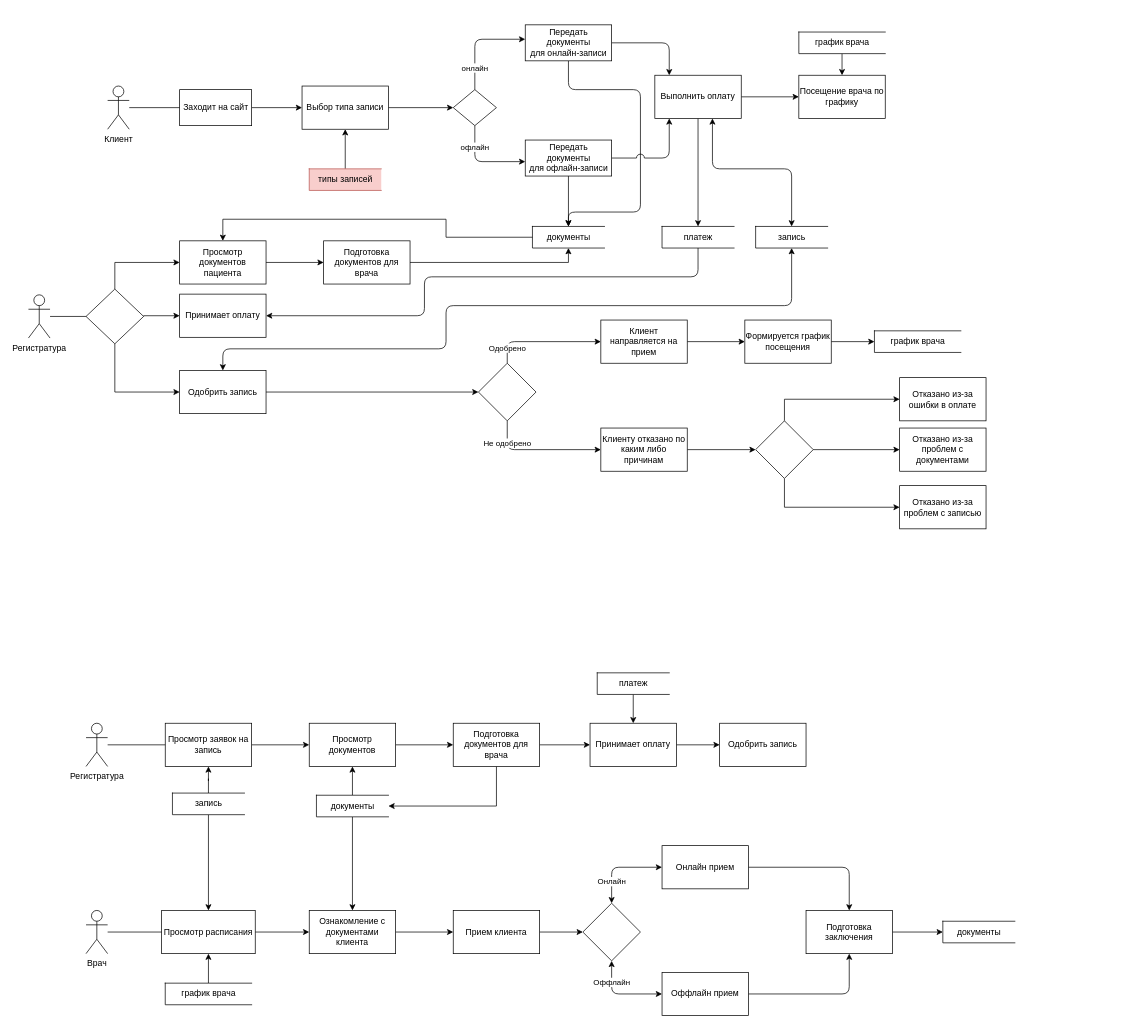
This is page "Page-2" (2 of 3) of diagram.drawio from vlvsk/TechnologiiProg, a draw.io file, before an edit. Source tidied: cells renumbered, new cells numbered last; positions are measured from the earlier drawing's top-left corner, leaving out a move shared by most shapes. Both pictures are drawn from the tidied source at 72%, with x=0, y=0 at pixel (28, 24).
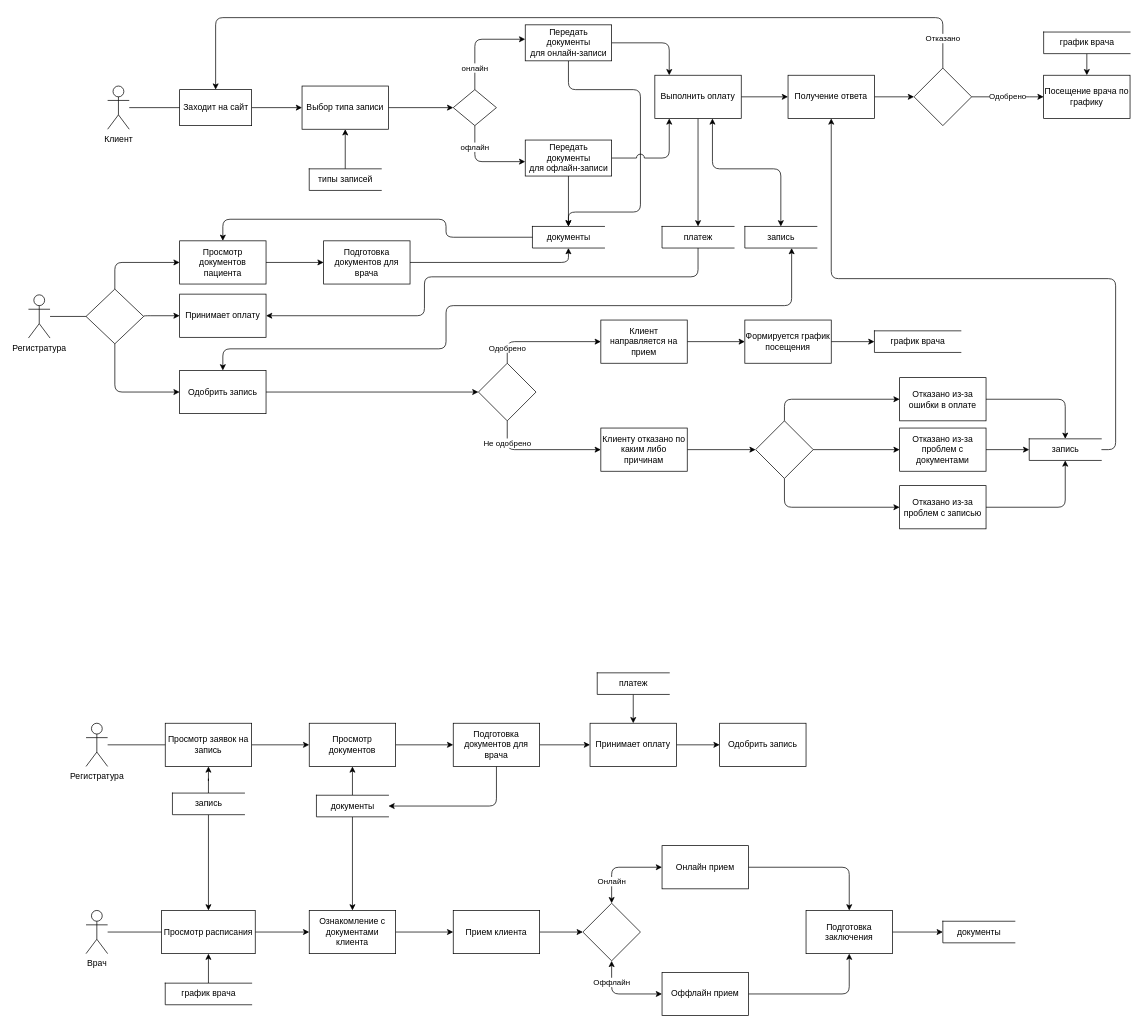
After the change.

Unchanged cells that the change refers to:
```xml
<mxCell id="3" value="Заходит на сайт" style="html=1;dashed=0;whitespace=wrap;" parent="1" vertex="1">
  <mxGeometry x="210" y="90" width="100" height="50" as="geometry" />
</mxCell>
<mxCell id="22" value="Выполнить оплату" style="whiteSpace=wrap;html=1;dashed=0;" parent="1" vertex="1">
  <mxGeometry x="870" y="70" width="120" height="60" as="geometry" />
</mxCell>
<mxCell id="23" value="документы" style="html=1;dashed=0;whitespace=wrap;shape=partialRectangle;right=0;" parent="1" vertex="1">
  <mxGeometry x="700" y="280" width="100" height="30" as="geometry" />
</mxCell>
<mxCell id="27" value="Одобрить запись" style="whiteSpace=wrap;html=1;dashed=0;fillColor=#FFFFFF;strokeColor=#000000;" parent="1" vertex="1">
  <mxGeometry x="210" y="480" width="120" height="60" as="geometry" />
</mxCell>
<mxCell id="35" value="Просмотр документов" style="whiteSpace=wrap;html=1;rounded=0;" parent="1" vertex="1">
  <mxGeometry x="390" y="970" width="120" height="60" as="geometry" />
</mxCell>
<mxCell id="38" value="Принимает оплату" style="rounded=0;whiteSpace=wrap;html=1;" parent="1" vertex="1">
  <mxGeometry x="780" y="970" width="120" height="60" as="geometry" />
</mxCell>
<mxCell id="40" value="документы" style="html=1;dashed=0;whitespace=wrap;shape=partialRectangle;right=0;" parent="1" vertex="1">
  <mxGeometry x="400" y="1070" width="100" height="30" as="geometry" />
</mxCell>
<mxCell id="54" value="Просмотр документов пациента" style="rounded=0;whiteSpace=wrap;html=1;" parent="1" vertex="1">
  <mxGeometry x="210" y="300" width="120" height="60" as="geometry" />
</mxCell>
<mxCell id="56" value="Принимает оплату" style="rounded=0;whiteSpace=wrap;html=1;" parent="1" vertex="1">
  <mxGeometry x="210" y="374" width="120" height="60" as="geometry" />
</mxCell>
<mxCell id="60" value="Клиенту отказано по каким либо причинам" style="rounded=0;whiteSpace=wrap;html=1;strokeColor=#000000;fillColor=#FFFFFF;" parent="1" vertex="1">
  <mxGeometry x="795" y="560" width="120" height="60" as="geometry" />
</mxCell>
<mxCell id="88" style="rhombus;whiteSpace=wrap;html=1;" parent="1" vertex="1">
  <mxGeometry x="80" y="367" width="80" height="76" as="geometry" />
</mxCell>
<mxCell id="89" value="Подготовка документов для врача" style="whiteSpace=wrap;html=1;rounded=0;" parent="1" vertex="1">
  <mxGeometry x="410" y="300" width="120" height="60" as="geometry" />
</mxCell>
<mxCell id="95" style="rhombus;whiteSpace=wrap;html=1;rounded=0;strokeColor=#000000;fillColor=#FFFFFF;" parent="1" vertex="1">
  <mxGeometry x="1010" y="550" width="80" height="80" as="geometry" />
</mxCell>
<mxCell id="96" value="Отказано из-за ошибки в оплате" style="whiteSpace=wrap;html=1;rounded=0;strokeColor=#000000;fillColor=#FFFFFF;" parent="1" vertex="1">
  <mxGeometry x="1210" y="490" width="120" height="60" as="geometry" />
</mxCell>
<mxCell id="97" value="Отказано из-за проблем с документами" style="whiteSpace=wrap;html=1;rounded=0;strokeColor=#000000;fillColor=#FFFFFF;" parent="1" vertex="1">
  <mxGeometry x="1210" y="560" width="120" height="60" as="geometry" />
</mxCell>
<mxCell id="98" value="Отказано из-за проблем с записью" style="whiteSpace=wrap;html=1;rounded=0;strokeColor=#000000;fillColor=#FFFFFF;" parent="1" vertex="1">
  <mxGeometry x="1210" y="640" width="120" height="60" as="geometry" />
</mxCell>
<mxCell id="101" value="Подготовка документов для врача" style="whiteSpace=wrap;html=1;rounded=0;" parent="1" vertex="1">
  <mxGeometry x="590" y="970" width="120" height="60" as="geometry" />
</mxCell>
```

Diff of the diagram source:
```diff
@@
-    <mxCell id="9" value="типы записей" style="html=1;dashed=0;whitespace=wrap;shape=partialRectangle;right=0;fillColor=#f8cecc;strokeColor=#b85450;" parent="1" vertex="1">
+    <mxCell id="9" value="типы записей" style="html=1;dashed=0;whitespace=wrap;shape=partialRectangle;right=0;" parent="1" vertex="1">
       <mxGeometry x="390" y="200" width="100" height="30" as="geometry" />
     </mxCell>
@@
-    <mxCell id="20" style="edgeStyle=orthogonalEdgeStyle;rounded=0;jettySize=auto;html=1;" parent="1" edge="1" source="22" target="28">
-      <mxGeometry relative="1" as="geometry" />
+    <mxCell id="20" value="Одобрено" style="edgeStyle=orthogonalEdgeStyle;rounded=1;jettySize=auto;html=1;exitX=1;exitY=0.5;exitDx=0;exitDy=0;" parent="1" edge="1" source="109" target="28">
+      <mxGeometry relative="1" as="geometry">
+        <Array as="points">
+          <mxPoint x="1380" y="100" />
+          <mxPoint x="1380" y="100" />
+        </Array>
+      </mxGeometry>
     </mxCell>
     <mxCell id="21" style="edgeStyle=orthogonalEdgeStyle;rounded=1;jettySize=auto;html=1;entryX=0.5;entryY=0;entryDx=0;entryDy=0;startArrow=classic;startFill=1;" parent="1" edge="1" source="22" target="49">
       <mxGeometry relative="1" as="geometry">
         <Array as="points">
           <mxPoint x="950" y="200" />
-          <mxPoint x="1060" y="200" />
-          <mxPoint x="1060" y="280" />
+          <mxPoint x="1045" y="200" />
         </Array>
       </mxGeometry>
     </mxCell>
+    <mxCell id="102" style="edgeStyle=orthogonalEdgeStyle;rounded=0;jettySize=auto;html=1;startArrow=none;startFill=0;endArrow=classic;endFill=1;strokeColor=#000000;" parent="1" edge="1" source="22" target="107">
+      <mxGeometry relative="1" as="geometry" />
+    </mxCell>
@@
     <mxCell id="28" value="Посещение врача по графику" style="whiteSpace=wrap;html=1;dashed=0;" parent="1" vertex="1">
-      <mxGeometry x="1070" y="70" width="120" height="60" as="geometry" />
+      <mxGeometry x="1410" y="70" width="120" height="60" as="geometry" />
     </mxCell>
@@
-    <mxCell id="32" style="edgeStyle=orthogonalEdgeStyle;rounded=0;jettySize=auto;html=1;exitX=1;exitY=0.5;exitDx=0;exitDy=0;" parent="1" edge="1" source="101" target="38">
+    <mxCell id="32" style="edgeStyle=orthogonalEdgeStyle;rounded=1;jettySize=auto;html=1;exitX=1;exitY=0.5;exitDx=0;exitDy=0;" parent="1" edge="1" source="101" target="38">
       <mxGeometry relative="1" as="geometry" />
     </mxCell>
-    <mxCell id="33" style="edgeStyle=orthogonalEdgeStyle;rounded=0;jettySize=auto;html=1;entryX=0.5;entryY=0;entryDx=0;entryDy=0;startArrow=classic;startFill=1;endArrow=none;endFill=0;" parent="1" edge="1" source="35" target="40">
+    <mxCell id="33" style="edgeStyle=orthogonalEdgeStyle;rounded=1;jettySize=auto;html=1;entryX=0.5;entryY=0;entryDx=0;entryDy=0;startArrow=classic;startFill=1;endArrow=none;endFill=0;" parent="1" edge="1" source="35" target="40">
       <mxGeometry relative="1" as="geometry" />
     </mxCell>
-    <mxCell id="34" style="edgeStyle=orthogonalEdgeStyle;rounded=0;jettySize=auto;html=1;exitX=1;exitY=0.5;exitDx=0;exitDy=0;startArrow=none;startFill=0;endArrow=classic;endFill=1;strokeColor=#000000;" parent="1" edge="1" source="35" target="101">
+    <mxCell id="34" style="edgeStyle=orthogonalEdgeStyle;rounded=1;jettySize=auto;html=1;exitX=1;exitY=0.5;exitDx=0;exitDy=0;startArrow=none;startFill=0;endArrow=classic;endFill=1;strokeColor=#000000;" parent="1" edge="1" source="35" target="101">
       <mxGeometry relative="1" as="geometry" />
     </mxCell>
@@
     <mxCell id="49" value="запись" style="html=1;dashed=0;whitespace=wrap;shape=partialRectangle;right=0;" parent="1" vertex="1">
-      <mxGeometry x="1010" y="280" width="100" height="30" as="geometry" />
+      <mxGeometry x="995" y="280" width="100" height="30" as="geometry" />
     </mxCell>
@@
-    <mxCell id="53" style="edgeStyle=orthogonalEdgeStyle;rounded=0;jettySize=auto;html=1;startArrow=none;startFill=0;endArrow=classic;endFill=1;strokeColor=#000000;" parent="1" edge="1" source="54" target="89">
+    <mxCell id="53" style="edgeStyle=orthogonalEdgeStyle;rounded=1;jettySize=auto;html=1;startArrow=none;startFill=0;endArrow=classic;endFill=1;strokeColor=#000000;" parent="1" edge="1" source="54" target="89">
       <mxGeometry relative="1" as="geometry" />
     </mxCell>
@@
-    <mxCell id="59" style="edgeStyle=orthogonalEdgeStyle;rounded=0;jettySize=auto;html=1;startArrow=none;startFill=0;endArrow=classic;endFill=1;strokeColor=#000000;" parent="1" edge="1" source="60" target="95">
+    <mxCell id="59" style="edgeStyle=orthogonalEdgeStyle;rounded=1;jettySize=auto;html=1;startArrow=none;startFill=0;endArrow=classic;endFill=1;strokeColor=#000000;" parent="1" edge="1" source="60" target="95">
       <mxGeometry relative="1" as="geometry" />
     </mxCell>
@@
     <mxCell id="68" value="график врача" style="html=1;dashed=0;whitespace=wrap;shape=partialRectangle;right=0;" parent="1" vertex="1">
-      <mxGeometry x="1070" y="10" width="120" height="30" as="geometry" />
+      <mxGeometry x="1410" y="10" width="120" height="30" as="geometry" />
     </mxCell>
@@
-    <mxCell id="85" style="edgeStyle=orthogonalEdgeStyle;rounded=0;jettySize=auto;html=1;exitX=0.5;exitY=0;exitDx=0;exitDy=0;entryX=0;entryY=0.5;entryDx=0;entryDy=0;" parent="1" edge="1" source="88" target="54">
+    <mxCell id="85" style="edgeStyle=orthogonalEdgeStyle;rounded=1;jettySize=auto;html=1;exitX=0.5;exitY=0;exitDx=0;exitDy=0;entryX=0;entryY=0.5;entryDx=0;entryDy=0;" parent="1" edge="1" source="88" target="54">
       <mxGeometry relative="1" as="geometry" />
     </mxCell>
-    <mxCell id="86" style="edgeStyle=orthogonalEdgeStyle;rounded=0;jettySize=auto;html=1;exitX=1;exitY=0.5;exitDx=0;exitDy=0;entryX=0;entryY=0.5;entryDx=0;entryDy=0;" parent="1" edge="1" source="88" target="56">
+    <mxCell id="86" style="edgeStyle=orthogonalEdgeStyle;rounded=1;jettySize=auto;html=1;exitX=1;exitY=0.5;exitDx=0;exitDy=0;entryX=0;entryY=0.5;entryDx=0;entryDy=0;" parent="1" edge="1" source="88" target="56">
       <mxGeometry relative="1" as="geometry">
         <Array as="points">
           <mxPoint x="160" y="404" />
         </Array>
       </mxGeometry>
     </mxCell>
-    <mxCell id="87" style="edgeStyle=orthogonalEdgeStyle;rounded=0;jettySize=auto;html=1;exitX=0.5;exitY=1;exitDx=0;exitDy=0;entryX=0;entryY=0.5;entryDx=0;entryDy=0;" parent="1" edge="1" source="88" target="27">
+    <mxCell id="87" style="edgeStyle=orthogonalEdgeStyle;rounded=1;jettySize=auto;html=1;exitX=0.5;exitY=1;exitDx=0;exitDy=0;entryX=0;entryY=0.5;entryDx=0;entryDy=0;" parent="1" edge="1" source="88" target="27">
       <mxGeometry relative="1" as="geometry" />
     </mxCell>
@@
-    <mxCell id="90" style="endArrow=none;startArrow=classic;html=1;rounded=0;strokeColor=#000000;exitX=0.5;exitY=0;exitDx=0;exitDy=0;entryX=0;entryY=0.5;entryDx=0;entryDy=0;edgeStyle=orthogonalEdgeStyle;endFill=0;" parent="1" edge="1" source="54" target="23">
+    <mxCell id="90" style="endArrow=none;startArrow=classic;html=1;rounded=1;strokeColor=#000000;exitX=0.5;exitY=0;exitDx=0;exitDy=0;entryX=0;entryY=0.5;entryDx=0;entryDy=0;edgeStyle=orthogonalEdgeStyle;endFill=0;" parent="1" edge="1" source="54" target="23">
       <mxGeometry relative="1" as="geometry">
         <Array as="points">
           <mxPoint x="270" y="270" />
           <mxPoint x="580" y="270" />
           <mxPoint x="580" y="295" />
         </Array>
       </mxGeometry>
     </mxCell>
-    <mxCell id="91" style="endArrow=classic;html=1;rounded=0;strokeColor=#000000;exitX=1;exitY=0.5;exitDx=0;exitDy=0;entryX=0.5;entryY=1;entryDx=0;entryDy=0;edgeStyle=orthogonalEdgeStyle;" parent="1" edge="1" source="89" target="23">
+    <mxCell id="91" style="endArrow=classic;html=1;rounded=1;strokeColor=#000000;exitX=1;exitY=0.5;exitDx=0;exitDy=0;entryX=0.5;entryY=1;entryDx=0;entryDy=0;edgeStyle=orthogonalEdgeStyle;" parent="1" edge="1" source="89" target="23">
       <mxGeometry relative="1" as="geometry" />
     </mxCell>
-    <mxCell id="92" style="edgeStyle=orthogonalEdgeStyle;rounded=0;jettySize=auto;html=1;startArrow=none;startFill=0;endArrow=classic;endFill=1;strokeColor=#000000;exitX=0.5;exitY=0;exitDx=0;exitDy=0;" parent="1" edge="1" source="95" target="96">
+    <mxCell id="92" style="edgeStyle=orthogonalEdgeStyle;rounded=1;jettySize=auto;html=1;startArrow=none;startFill=0;endArrow=classic;endFill=1;strokeColor=#000000;exitX=0.5;exitY=0;exitDx=0;exitDy=0;" parent="1" edge="1" source="95" target="96">
       <mxGeometry relative="1" as="geometry" />
     </mxCell>
@@
-    <mxCell id="94" style="edgeStyle=orthogonalEdgeStyle;rounded=0;jettySize=auto;html=1;startArrow=none;startFill=0;endArrow=classic;endFill=1;strokeColor=#000000;exitX=0.5;exitY=1;exitDx=0;exitDy=0;" parent="1" edge="1" source="95" target="98">
+    <mxCell id="94" style="edgeStyle=orthogonalEdgeStyle;rounded=1;jettySize=auto;html=1;startArrow=none;startFill=0;endArrow=classic;endFill=1;strokeColor=#000000;exitX=0.5;exitY=1;exitDx=0;exitDy=0;" parent="1" edge="1" source="95" target="98">
       <mxGeometry relative="1" as="geometry">
         <Array as="points">
           <mxPoint x="1050" y="670" />
         </Array>
       </mxGeometry>
     </mxCell>
@@
+    <mxCell id="103" style="edgeStyle=orthogonalEdgeStyle;rounded=1;jumpStyle=arc;jumpSize=11;jettySize=auto;html=1;exitX=1;exitY=0.5;exitDx=0;exitDy=0;entryX=0.5;entryY=0;entryDx=0;entryDy=0;startArrow=none;startFill=0;endArrow=classic;endFill=1;strokeColor=#000000;" parent="1" edge="1" source="96" target="111">
+      <mxGeometry relative="1" as="geometry" />
+    </mxCell>
@@
+    <mxCell id="104" style="edgeStyle=orthogonalEdgeStyle;rounded=1;jumpStyle=arc;jumpSize=11;jettySize=auto;html=1;exitX=1;exitY=0.5;exitDx=0;exitDy=0;entryX=0;entryY=0.5;entryDx=0;entryDy=0;startArrow=none;startFill=0;endArrow=classic;endFill=1;strokeColor=#000000;" parent="1" edge="1" source="97" target="111">
+      <mxGeometry relative="1" as="geometry" />
+    </mxCell>
@@
+    <mxCell id="105" style="edgeStyle=orthogonalEdgeStyle;rounded=1;jumpStyle=arc;jumpSize=11;jettySize=auto;html=1;exitX=1;exitY=0.5;exitDx=0;exitDy=0;entryX=0.5;entryY=1;entryDx=0;entryDy=0;startArrow=none;startFill=0;endArrow=classic;endFill=1;strokeColor=#000000;" parent="1" edge="1" source="98" target="111">
+      <mxGeometry relative="1" as="geometry" />
+    </mxCell>
@@
-    <mxCell id="100" style="edgeStyle=orthogonalEdgeStyle;rounded=0;jettySize=auto;html=1;exitX=0.5;exitY=1;exitDx=0;exitDy=0;entryX=1;entryY=0.5;entryDx=0;entryDy=0;startArrow=none;startFill=0;endArrow=classic;endFill=1;strokeColor=#000000;" parent="1" edge="1" source="101" target="40">
+    <mxCell id="100" style="edgeStyle=orthogonalEdgeStyle;rounded=1;jettySize=auto;html=1;exitX=0.5;exitY=1;exitDx=0;exitDy=0;entryX=1;entryY=0.5;entryDx=0;entryDy=0;startArrow=none;startFill=0;endArrow=classic;endFill=1;strokeColor=#000000;" parent="1" edge="1" source="101" target="40">
       <mxGeometry relative="1" as="geometry" />
     </mxCell>
@@
+    <mxCell id="106" style="edgeStyle=orthogonalEdgeStyle;rounded=1;jumpStyle=arc;jumpSize=9;jettySize=auto;html=1;startArrow=none;startFill=0;endArrow=classic;endFill=1;strokeColor=#000000;" parent="1" edge="1" source="107" target="109">
+      <mxGeometry relative="1" as="geometry" />
+    </mxCell>
+    <mxCell id="107" value="Получение ответа" style="whiteSpace=wrap;html=1;dashed=0;" parent="1" vertex="1">
+      <mxGeometry x="1055" y="70" width="120" height="60" as="geometry" />
+    </mxCell>
+    <mxCell id="108" value="Отказано" style="edgeStyle=orthogonalEdgeStyle;rounded=1;jumpStyle=arc;jumpSize=9;jettySize=auto;html=1;exitX=0.5;exitY=0;exitDx=0;exitDy=0;entryX=0.5;entryY=0;entryDx=0;entryDy=0;startArrow=none;startFill=0;endArrow=classic;endFill=1;strokeColor=#000000;" parent="1" edge="1" source="109" target="3">
+      <mxGeometry x="-0.93" relative="1" as="geometry">
+        <Array as="points">
+          <mxPoint x="1270" y="-10" />
+          <mxPoint x="260" y="-10" />
+        </Array>
+      </mxGeometry>
+    </mxCell>
+    <mxCell id="109" style="rhombus;whiteSpace=wrap;html=1;dashed=0;" parent="1" vertex="1">
+      <mxGeometry x="1230" y="60" width="80" height="80" as="geometry" />
+    </mxCell>
+    <mxCell id="110" style="edgeStyle=orthogonalEdgeStyle;rounded=1;jumpStyle=arc;jumpSize=11;jettySize=auto;html=1;exitX=1;exitY=0.5;exitDx=0;exitDy=0;startArrow=none;startFill=0;endArrow=classic;endFill=1;strokeColor=#000000;" parent="1" edge="1" source="111" target="107">
+      <mxGeometry relative="1" as="geometry" />
+    </mxCell>
+    <mxCell id="111" value="запись" style="html=1;dashed=0;whitespace=wrap;shape=partialRectangle;right=0;" parent="1" vertex="1">
+      <mxGeometry x="1390" y="575" width="100" height="30" as="geometry" />
+    </mxCell>
```
